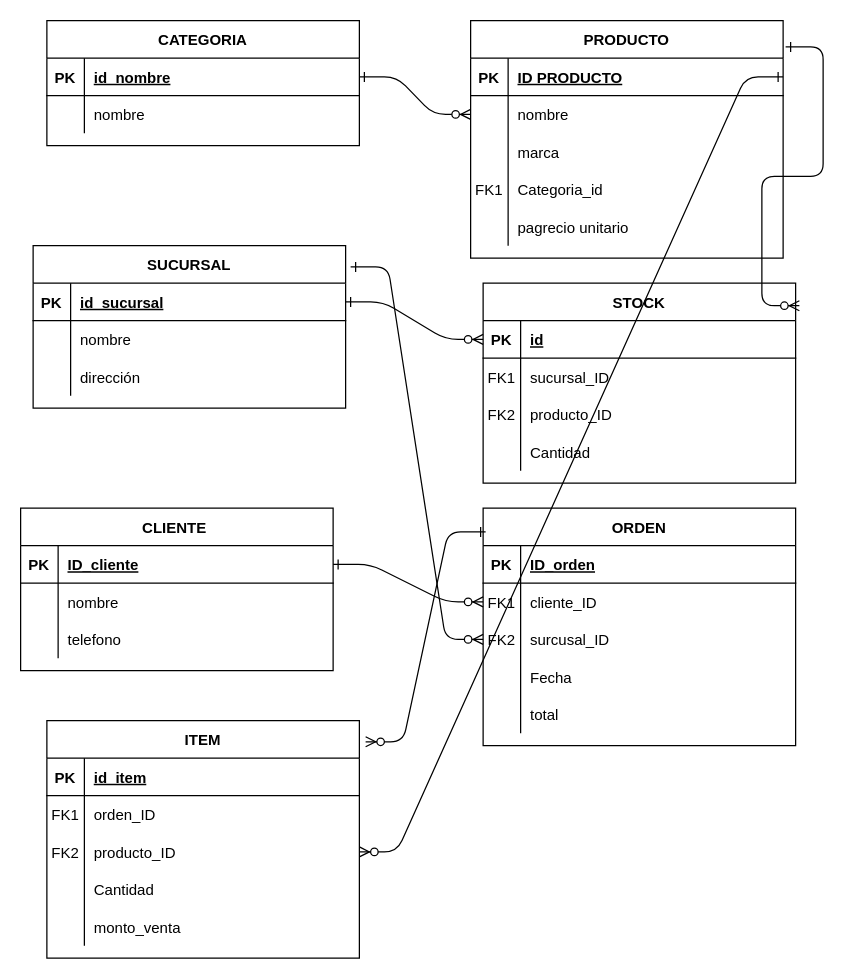
Earlier version of the draw.io diagram Diagrama sin título.drawio (dan-931015/parte_1). Source tidied: cells renumbered, new cells numbered last; positions are measured from the earlier drawing's top-left corner, leaving out a move shared by most shapes. Both pictures are drawn from the tidied source at 125%, with x=0, y=0 at pixel (20, 20).
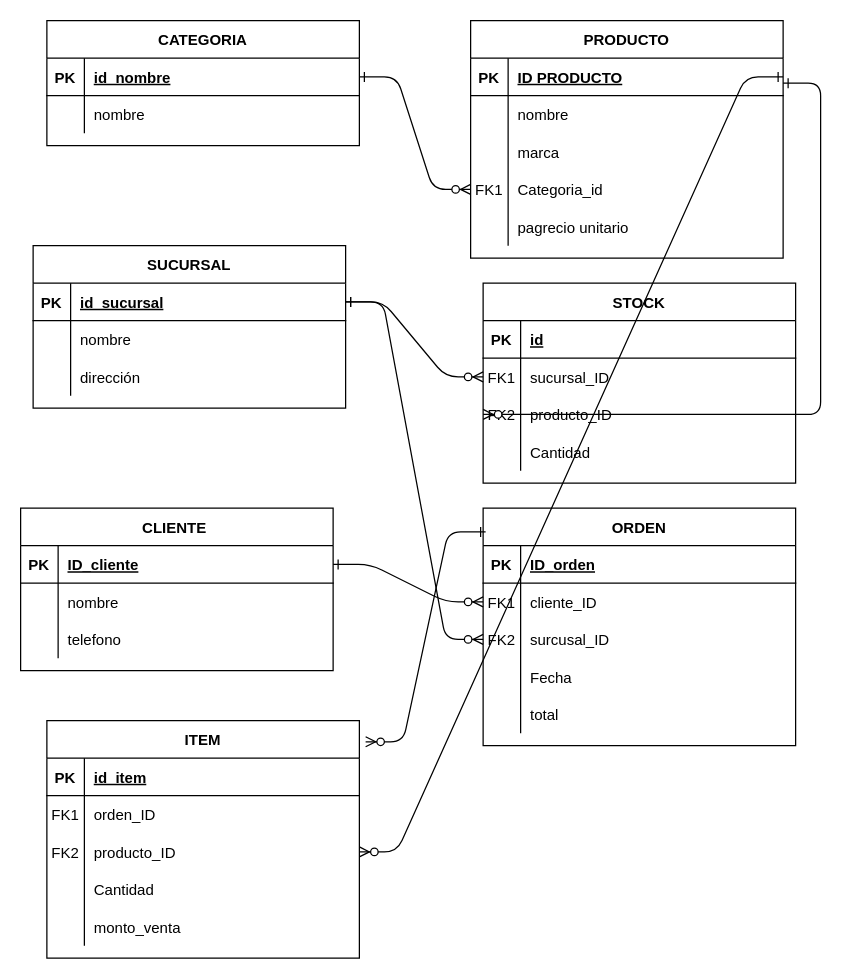
After the change.

The change refers to these unchanged cells:
```xml
<mxCell id="3" value="PRODUCTO" style="shape=table;startSize=30;childLayout=tableLayout;rowLines=0;fontStyle=1;align=center;" parent="1" vertex="1">
  <mxGeometry x="360" width="250" height="190" as="geometry" />
</mxCell>
<mxCell id="7" style="shape=partialRectangle;fillColor=none;points=[[0,0.5],[1,0.5]];portConstraint=eastwest;top=0;left=0;right=0;bottom=0;" parent="3" vertex="1">
  <mxGeometry y="60" width="250" height="30" as="geometry" />
</mxCell>
<mxCell id="13" style="shape=partialRectangle;fillColor=none;points=[[0,0.5],[1,0.5]];portConstraint=eastwest;top=0;left=0;right=0;bottom=0;" parent="3" vertex="1">
  <mxGeometry y="120" width="250" height="30" as="geometry" />
</mxCell>
<mxCell id="19" value="SUCURSAL" style="shape=table;startSize=30;childLayout=tableLayout;rowLines=0;fontStyle=1;align=center;" parent="1" vertex="1">
  <mxGeometry x="10" y="180" width="250" height="130" as="geometry" />
</mxCell>
<mxCell id="20" style="shape=partialRectangle;fillColor=none;points=[[0,0.5],[1,0.5]];portConstraint=eastwest;top=0;left=0;right=0;bottom=1;" parent="19" vertex="1">
  <mxGeometry y="30" width="250" height="30" as="geometry" />
</mxCell>
<mxCell id="30" style="shape=partialRectangle;fillColor=none;points=[[0,0.5],[1,0.5]];portConstraint=eastwest;top=0;left=0;right=0;bottom=1;" parent="29" vertex="1">
  <mxGeometry y="30" width="250" height="30" as="geometry" />
</mxCell>
<mxCell id="36" value="STOCK" style="shape=table;startSize=30;childLayout=tableLayout;rowLines=0;fontStyle=1;align=center;" parent="1" vertex="1">
  <mxGeometry x="370" y="210" width="250" height="160" as="geometry" />
</mxCell>
<mxCell id="37" style="shape=partialRectangle;fillColor=none;points=[[0,0.5],[1,0.5]];portConstraint=eastwest;top=0;left=0;right=0;bottom=1;" parent="36" vertex="1">
  <mxGeometry y="30" width="250" height="30" as="geometry" />
</mxCell>
<mxCell id="40" style="shape=partialRectangle;fillColor=none;points=[[0,0.5],[1,0.5]];portConstraint=eastwest;top=0;left=0;right=0;bottom=0;" parent="36" vertex="1">
  <mxGeometry y="60" width="250" height="30" as="geometry" />
</mxCell>
<mxCell id="43" style="shape=partialRectangle;fillColor=none;points=[[0,0.5],[1,0.5]];portConstraint=eastwest;top=0;left=0;right=0;bottom=0;" parent="36" vertex="1">
  <mxGeometry y="90" width="250" height="30" as="geometry" />
</mxCell>
<mxCell id="66" style="shape=partialRectangle;fillColor=none;points=[[0,0.5],[1,0.5]];portConstraint=eastwest;top=0;left=0;right=0;bottom=0;" parent="59" vertex="1">
  <mxGeometry y="90" width="250" height="30" as="geometry" />
</mxCell>
```

The edit, as a diff of the source:
```diff
@@
-    <mxCell id="2" style="edgeStyle=entityRelationEdgeStyle;endArrow=ERzeroToMany;startArrow=ERone;endFill=1;startFill=0;" parent="1" edge="1" source="30" target="7">
+    <mxCell id="2" style="edgeStyle=entityRelationEdgeStyle;endArrow=ERzeroToMany;startArrow=ERone;endFill=1;startFill=0;entryX=0;entryY=0.5;entryDx=0;entryDy=0;" parent="1" edge="1" source="30" target="13">
       <mxGeometry relative="1" as="geometry" />
     </mxCell>
@@
-    <mxCell id="91" style="edgeStyle=entityRelationEdgeStyle;endArrow=ERzeroToMany;startArrow=ERone;endFill=1;startFill=0;exitX=1;exitY=0.5;exitDx=0;exitDy=0;entryX=0;entryY=0.5;entryDx=0;entryDy=0;" parent="1" edge="1" source="20" target="37">
+    <mxCell id="91" style="edgeStyle=entityRelationEdgeStyle;endArrow=ERzeroToMany;startArrow=ERone;endFill=1;startFill=0;exitX=1;exitY=0.5;exitDx=0;exitDy=0;entryX=0;entryY=0.5;entryDx=0;entryDy=0;" parent="1" edge="1" source="20" target="40">
       <mxGeometry relative="1" as="geometry" />
     </mxCell>
-    <mxCell id="92" style="edgeStyle=entityRelationEdgeStyle;endArrow=ERzeroToMany;startArrow=ERone;endFill=1;startFill=0;exitX=1.008;exitY=0.111;exitDx=0;exitDy=0;exitPerimeter=0;entryX=1.012;entryY=0.113;entryDx=0;entryDy=0;entryPerimeter=0;" parent="1" edge="1" source="3" target="36">
+    <mxCell id="92" style="edgeStyle=entityRelationEdgeStyle;endArrow=ERzeroToMany;startArrow=ERone;endFill=1;startFill=0;entryX=0;entryY=0.5;entryDx=0;entryDy=0;" parent="1" edge="1" target="43">
       <mxGeometry relative="1" as="geometry">
+        <mxPoint x="610" y="50" as="sourcePoint" />
         <Array as="points">
           <mxPoint x="650" y="80" />
           <mxPoint x="670" y="60" />
           <mxPoint x="730" y="140" />
           <mxPoint x="979" y="195" />
           <mxPoint x="740" y="230" />
           <mxPoint x="1089" y="175" />
           <mxPoint x="700" y="170" />
           <mxPoint x="660" y="200" />
         </Array>
       </mxGeometry>
     </mxCell>
@@
-    <mxCell id="94" style="edgeStyle=entityRelationEdgeStyle;endArrow=ERzeroToMany;startArrow=ERone;endFill=1;startFill=0;exitX=1.016;exitY=0.131;exitDx=0;exitDy=0;entryX=0;entryY=0.5;entryDx=0;entryDy=0;exitPerimeter=0;" parent="1" edge="1" source="19" target="66">
+    <mxCell id="94" style="edgeStyle=entityRelationEdgeStyle;endArrow=ERzeroToMany;startArrow=ERone;endFill=1;startFill=0;exitX=1;exitY=0.5;exitDx=0;exitDy=0;entryX=0;entryY=0.5;entryDx=0;entryDy=0;" parent="1" edge="1" source="20" target="66">
       <mxGeometry relative="1" as="geometry" />
     </mxCell>
```
